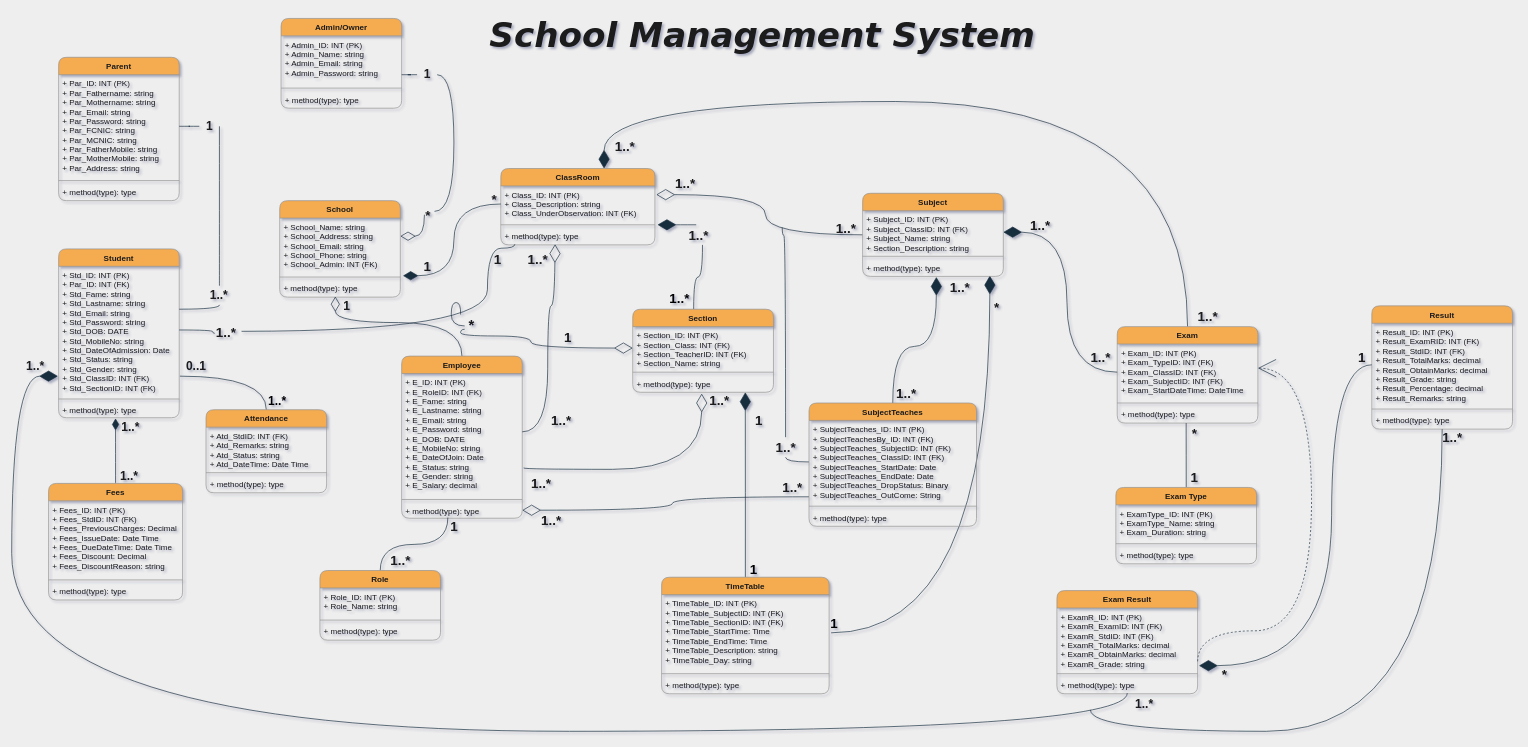
Earlier version of the draw.io diagram Project.drawio (DevAhsaNOp/ASP.Net-School-Management-System). Source tidied: cells renumbered, new cells numbered last; positions are measured from the earlier drawing's top-left corner, leaving out a move shared by most shapes. Both pictures are drawn from the tidied source at 67%, with x=0, y=0 at pixel (11, 11).
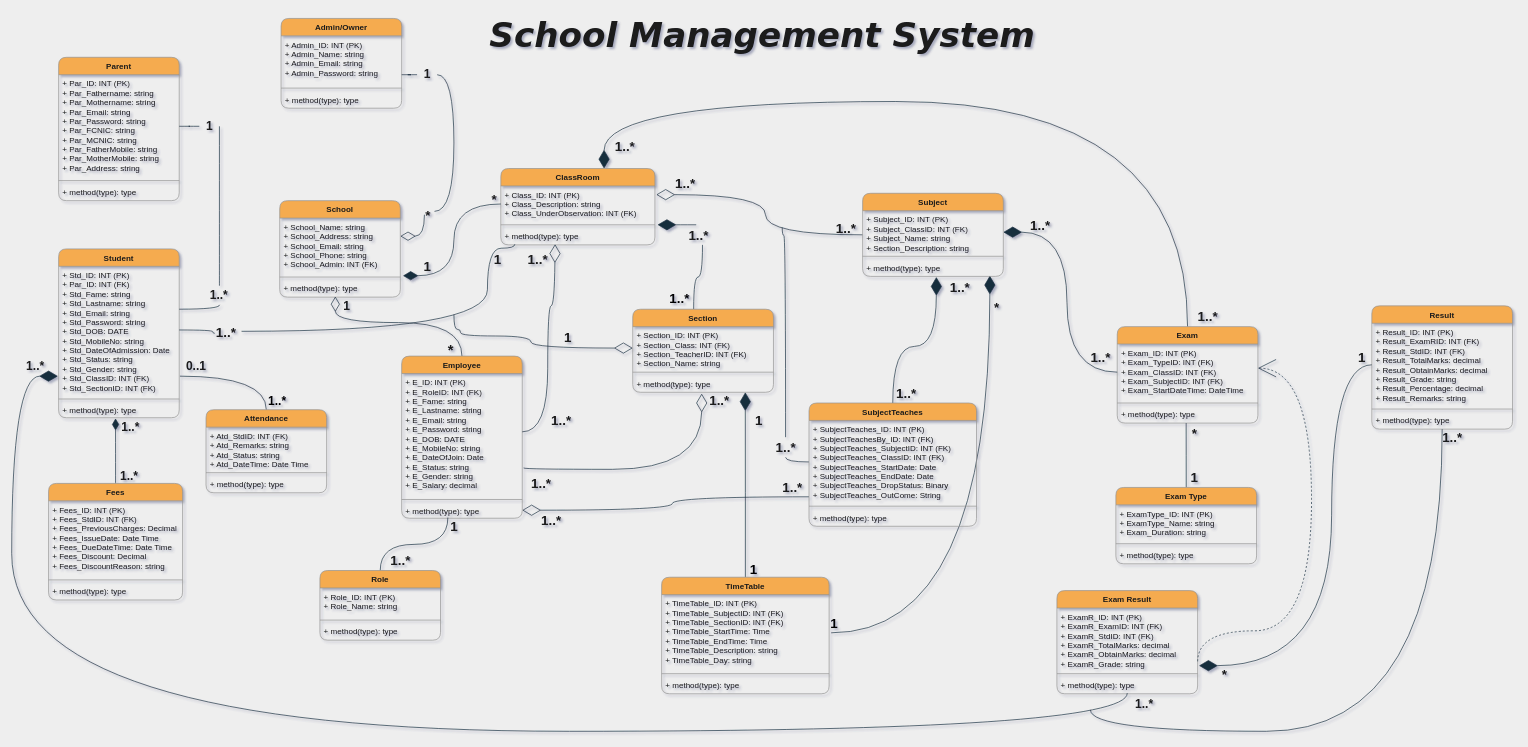
The same diagram, later.

The change refers to these unchanged cells:
```xml
<mxCell id="65" value="+ Section_ID: INT (PK) &#10;+ Section_Class: INT (FK)&#10;+ Section_TeacherID: INT (FK)&#10;+ Section_Name: string" style="text;strokeColor=none;fillColor=none;align=left;verticalAlign=top;spacingLeft=4;spacingRight=4;overflow=hidden;points=[[0,0.5],[1,0.5]];portConstraint=eastwest;fontColor=#1A1A1A;rounded=1;" parent="64" vertex="1">
  <mxGeometry y="26" width="210" height="64" as="geometry" />
</mxCell>
```

What changed in the source:
```diff
@@
-    <mxCell id="73" style="edgeStyle=orthogonalEdgeStyle;jettySize=auto;html=1;startArrow=none;startFill=0;startSize=25;endArrow=none;endFill=0;endSize=20;fontSize=20;strokeColor=#182E3E;fontColor=#1A1A1A;labelBackgroundColor=#EEEEEE;curved=1;" parent="1" edge="1" source="142">
-      <mxGeometry relative="1" as="geometry">
-        <mxPoint x="670" y="452" as="targetPoint" />
-      </mxGeometry>
-    </mxCell>
@@
     <mxCell id="142" value="*" style="text;html=1;align=center;verticalAlign=middle;points=[];fontStyle=1;fontSize=22;fontColor=#1A1A1A;arcSize=50;rounded=1;" parent="1" vertex="1">
-      <mxGeometry x="676" y="454" width="20" height="30" as="geometry" />
+      <mxGeometry x="645" y="491" width="20" height="30" as="geometry" />
     </mxCell>
-    <mxCell id="143" style="edgeStyle=orthogonalEdgeStyle;jettySize=auto;html=1;startArrow=diamondThin;startFill=0;startSize=25;endArrow=none;endFill=0;endSize=20;fontSize=20;strokeColor=#182E3E;fontColor=#1A1A1A;labelBackgroundColor=#EEEEEE;curved=1;" parent="1" edge="1" source="65" target="142">
+    <mxCell id="143" style="edgeStyle=orthogonalEdgeStyle;jettySize=auto;html=1;startArrow=diamondThin;startFill=0;startSize=25;endArrow=none;endFill=0;endSize=20;fontSize=20;strokeColor=#182E3E;fontColor=#1A1A1A;labelBackgroundColor=#EEEEEE;curved=1;" parent="1" edge="1" source="65">
       <mxGeometry relative="1" as="geometry">
+        <mxPoint x="660" y="452" as="targetPoint" />
         <Array as="points">
           <mxPoint x="775" y="502" />
           <mxPoint x="775" y="484" />
           <mxPoint x="670" y="484" />
           <mxPoint x="670" y="474" />
         </Array>
       </mxGeometry>
     </mxCell>
```
